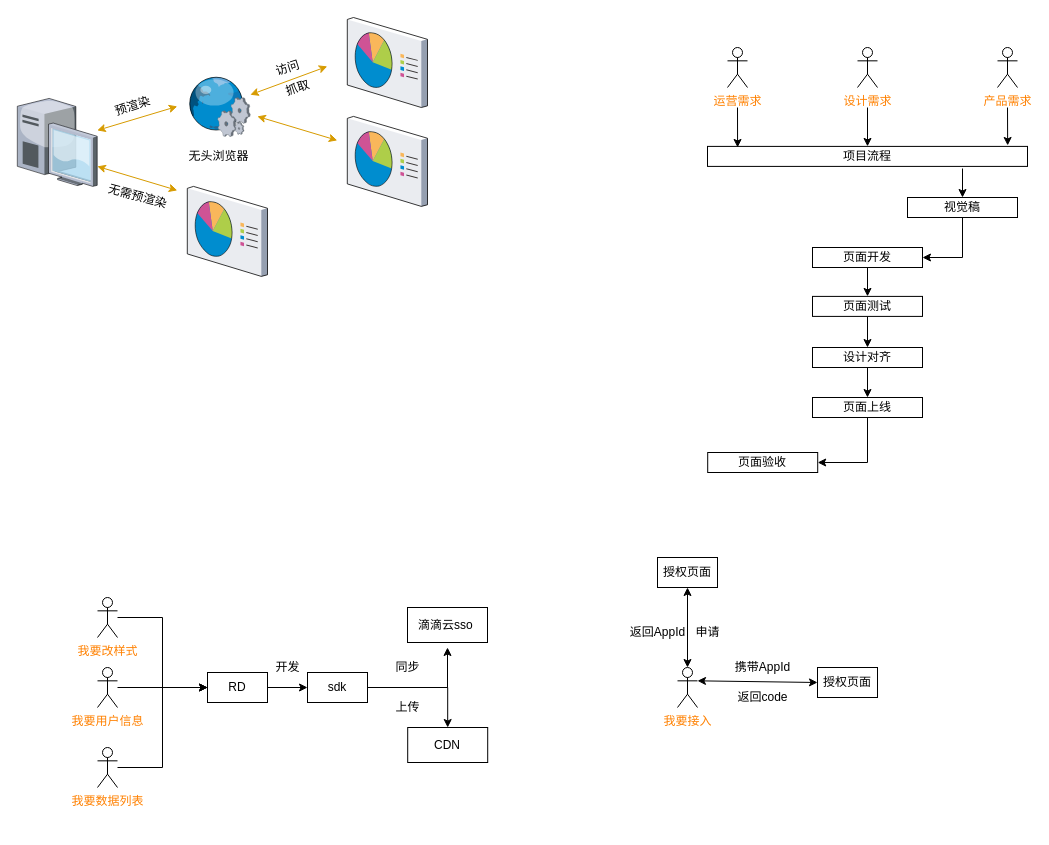
Before: Untitled Diagram.drawio in zyx1992/hexoDocs, a draw.io diagram. Source tidied: cells renumbered, new cells numbered last; positions are measured from the earlier drawing's top-left corner, leaving out a move shared by most shapes. Both pictures are drawn from the tidied source at 100%, with x=0, y=0 at pixel (17, 17).
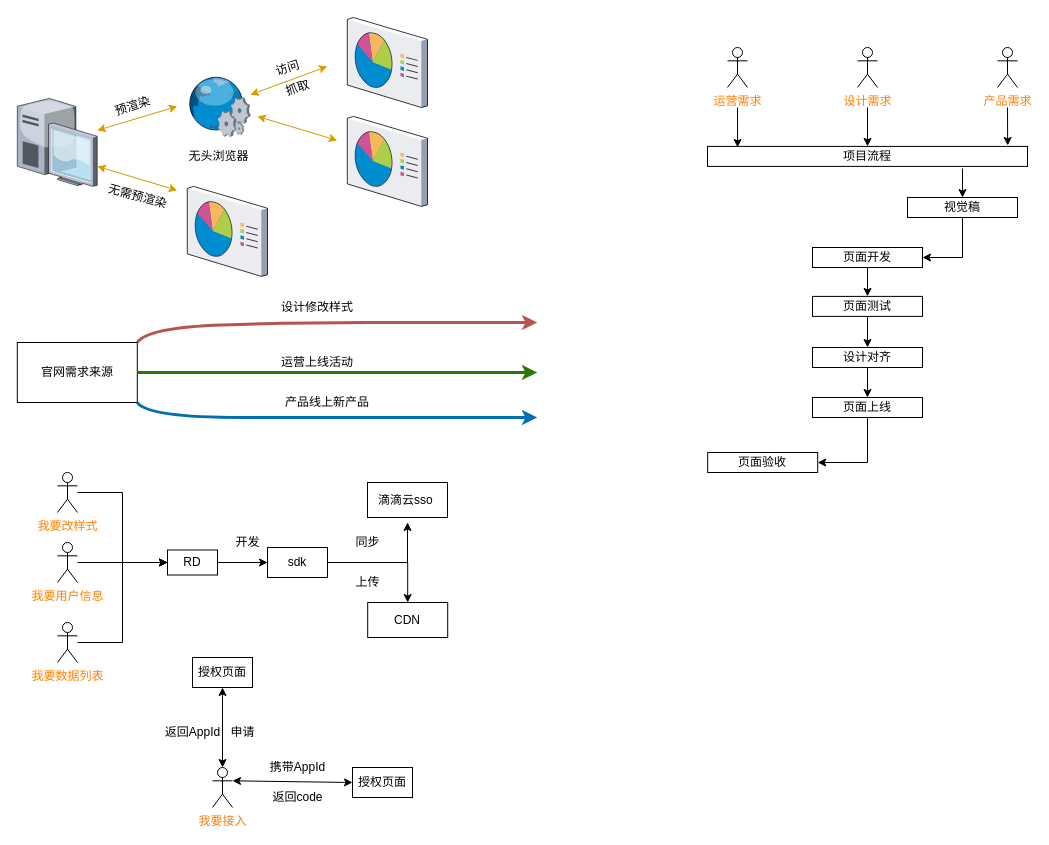
The same page after the edit.

What changed in the source:
```diff
@@
     <mxCell id="16" style="edgeStyle=orthogonalEdgeStyle;rounded=0;jettySize=auto;html=1;entryX=0;entryY=0.5;entryDx=0;entryDy=0;" parent="1" edge="1" source="17" target="28">
-      <mxGeometry relative="1" as="geometry" />
+      <mxGeometry relative="1" as="geometry">
+        <Array as="points">
+          <mxPoint x="50" y="548" />
+        </Array>
+      </mxGeometry>
     </mxCell>
     <mxCell id="17" value="&lt;font color=&quot;#ff8000&quot;&gt;我要用户信息&lt;/font&gt;" style="shape=umlActor;verticalLabelPosition=bottom;verticalAlign=top;html=1;outlineConnect=0;" parent="1" vertex="1">
-      <mxGeometry x="80" y="650" width="20" height="40" as="geometry" />
+      <mxGeometry x="40" y="525" width="20" height="40" as="geometry" />
     </mxCell>
@@
     <mxCell id="19" value="&lt;font color=&quot;#ff8000&quot;&gt;我要改样式&lt;/font&gt;" style="shape=umlActor;verticalLabelPosition=bottom;verticalAlign=top;html=1;outlineConnect=0;" parent="1" vertex="1">
-      <mxGeometry x="80" y="580" width="20" height="40" as="geometry" />
+      <mxGeometry x="40" y="455" width="20" height="40" as="geometry" />
     </mxCell>
@@
     <mxCell id="21" value="&lt;font color=&quot;#ff8000&quot;&gt;我要数据列表&lt;/font&gt;" style="shape=umlActor;verticalLabelPosition=bottom;verticalAlign=top;html=1;outlineConnect=0;" parent="1" vertex="1">
-      <mxGeometry x="80" y="730" width="20" height="40" as="geometry" />
+      <mxGeometry x="40" y="605" width="20" height="40" as="geometry" />
     </mxCell>
     <mxCell id="22" style="edgeStyle=orthogonalEdgeStyle;rounded=0;jettySize=auto;html=1;exitX=1;exitY=0.5;exitDx=0;exitDy=0;" parent="1" edge="1" source="24">
       <mxGeometry relative="1" as="geometry">
-        <mxPoint x="430" y="630" as="targetPoint" />
+        <mxPoint x="390" y="505" as="targetPoint" />
         <Array as="points">
-          <mxPoint x="430" y="670" />
+          <mxPoint x="390" y="545" />
         </Array>
       </mxGeometry>
     </mxCell>
@@
     <mxCell id="24" value="sdk" style="rounded=0;whiteSpace=wrap;html=1;" parent="1" vertex="1">
-      <mxGeometry x="290" y="655" width="60" height="30" as="geometry" />
+      <mxGeometry x="250" y="530" width="60" height="30" as="geometry" />
     </mxCell>
     <mxCell id="25" value="滴滴云sso&amp;nbsp;" style="rounded=0;whiteSpace=wrap;html=1;" parent="1" vertex="1">
-      <mxGeometry x="390" y="590" width="80" height="35" as="geometry" />
+      <mxGeometry x="350" y="465" width="80" height="35" as="geometry" />
     </mxCell>
     <mxCell id="26" value="CDN" style="rounded=0;whiteSpace=wrap;html=1;" parent="1" vertex="1">
-      <mxGeometry x="390.2" y="710" width="80" height="35" as="geometry" />
+      <mxGeometry x="350.2" y="585" width="80" height="35" as="geometry" />
     </mxCell>
@@
     <mxCell id="28" value="RD" style="rounded=0;whiteSpace=wrap;html=1;" parent="1" vertex="1">
-      <mxGeometry x="190" y="655" width="60" height="30" as="geometry" />
+      <mxGeometry x="150" y="532.5" width="50" height="25" as="geometry" />
     </mxCell>
     <mxCell id="29" value="开发" style="text;html=1;align=center;verticalAlign=middle;" parent="1" vertex="1">
-      <mxGeometry x="250" y="640" width="40" height="20" as="geometry" />
+      <mxGeometry x="210" y="515" width="40" height="20" as="geometry" />
     </mxCell>
     <mxCell id="30" value="同步" style="text;html=1;align=center;verticalAlign=middle;" parent="1" vertex="1">
-      <mxGeometry x="370" y="640" width="40" height="20" as="geometry" />
+      <mxGeometry x="330" y="515" width="40" height="20" as="geometry" />
     </mxCell>
     <mxCell id="31" value="上传" style="text;html=1;align=center;verticalAlign=middle;" parent="1" vertex="1">
-      <mxGeometry x="370" y="680" width="40" height="20" as="geometry" />
+      <mxGeometry x="330" y="555" width="40" height="20" as="geometry" />
     </mxCell>
     <mxCell id="32" value="&lt;font color=&quot;#ff8000&quot;&gt;我要接入&lt;/font&gt;" style="shape=umlActor;verticalLabelPosition=bottom;verticalAlign=top;html=1;outlineConnect=0;" parent="1" vertex="1">
-      <mxGeometry x="660" y="650" width="20" height="40" as="geometry" />
+      <mxGeometry x="195" y="750" width="20" height="40" as="geometry" />
     </mxCell>
     <mxCell id="33" value="授权页面" style="rounded=0;whiteSpace=wrap;html=1;" parent="1" vertex="1">
-      <mxGeometry x="800" y="650" width="60" height="30" as="geometry" />
+      <mxGeometry x="335" y="750" width="60" height="30" as="geometry" />
     </mxCell>
     <mxCell id="34" value="授权页面" style="rounded=0;whiteSpace=wrap;html=1;" parent="1" vertex="1">
-      <mxGeometry x="640" y="540" width="60" height="30" as="geometry" />
+      <mxGeometry x="175" y="640" width="60" height="30" as="geometry" />
     </mxCell>
@@
     <mxCell id="36" value="申请" style="text;html=1;align=center;verticalAlign=middle;" parent="1" vertex="1">
-      <mxGeometry x="670" y="605" width="40" height="20" as="geometry" />
+      <mxGeometry x="205" y="705" width="40" height="20" as="geometry" />
     </mxCell>
     <mxCell id="37" value="返回AppId" style="text;html=1;align=center;verticalAlign=middle;" parent="1" vertex="1">
-      <mxGeometry x="605" y="605" width="70" height="20" as="geometry" />
+      <mxGeometry x="140" y="705" width="70" height="20" as="geometry" />
     </mxCell>
@@
     <mxCell id="39" value="携带AppId" style="text;html=1;align=center;verticalAlign=middle;" parent="1" vertex="1">
-      <mxGeometry x="710" y="640" width="70" height="20" as="geometry" />
+      <mxGeometry x="245" y="740" width="70" height="20" as="geometry" />
     </mxCell>
     <mxCell id="40" value="返回code" style="text;html=1;align=center;verticalAlign=middle;" parent="1" vertex="1">
-      <mxGeometry x="710" y="670" width="70" height="20" as="geometry" />
+      <mxGeometry x="245" y="770" width="70" height="20" as="geometry" />
     </mxCell>
@@
+    <mxCell id="60" value="官网需求来源" style="rounded=0;whiteSpace=wrap;html=1;" parent="1" vertex="1">
+      <mxGeometry x="-0.2" y="325" width="120" height="60" as="geometry" />
+    </mxCell>
+    <mxCell id="61" style="curved=1;endArrow=classic;html=1;exitX=1;exitY=0;exitDx=0;exitDy=0;strokeWidth=3;fillColor=#f8cecc;strokeColor=#b85450;" parent="1" edge="1" source="60">
+      <mxGeometry relative="1" as="geometry">
+        <mxPoint x="519.8" y="305" as="targetPoint" />
+        <Array as="points">
+          <mxPoint x="129.8" y="310" />
+          <mxPoint x="279.8" y="305" />
+          <mxPoint x="419.8" y="305" />
+        </Array>
+      </mxGeometry>
+    </mxCell>
+    <mxCell id="62" style="curved=1;endArrow=classic;html=1;exitX=1;exitY=0.5;exitDx=0;exitDy=0;strokeWidth=3;fillColor=#60a917;strokeColor=#2D7600;" parent="1" edge="1" source="60">
+      <mxGeometry relative="1" as="geometry">
+        <mxPoint x="519.8" y="355" as="targetPoint" />
+        <Array as="points">
+          <mxPoint x="179.8" y="355" />
+          <mxPoint x="319.8" y="355" />
+        </Array>
+      </mxGeometry>
+    </mxCell>
+    <mxCell id="63" style="curved=1;endArrow=classic;html=1;exitX=1;exitY=1;exitDx=0;exitDy=0;strokeWidth=3;fillColor=#1ba1e2;strokeColor=#006EAF;" parent="1" edge="1" source="60">
+      <mxGeometry relative="1" as="geometry">
+        <mxPoint x="519.8" y="400" as="targetPoint" />
+        <Array as="points">
+          <mxPoint x="129.8" y="400" />
+          <mxPoint x="319.8" y="400" />
+        </Array>
+      </mxGeometry>
+    </mxCell>
+    <mxCell id="64" value="设计修改样式" style="text;html=1;strokeColor=none;fillColor=none;align=center;verticalAlign=middle;whiteSpace=wrap;rounded=0;" parent="1" vertex="1">
+      <mxGeometry x="249.8" y="280" width="100" height="20" as="geometry" />
+    </mxCell>
+    <mxCell id="65" value="运营上线活动" style="text;html=1;strokeColor=none;fillColor=none;align=center;verticalAlign=middle;whiteSpace=wrap;rounded=0;" parent="1" vertex="1">
+      <mxGeometry x="249.8" y="335" width="100" height="20" as="geometry" />
+    </mxCell>
+    <mxCell id="66" value="产品线上新产品" style="text;html=1;strokeColor=none;fillColor=none;align=center;verticalAlign=middle;whiteSpace=wrap;rounded=0;" parent="1" vertex="1">
+      <mxGeometry x="259.8" y="375" width="100" height="20" as="geometry" />
+    </mxCell>
```
